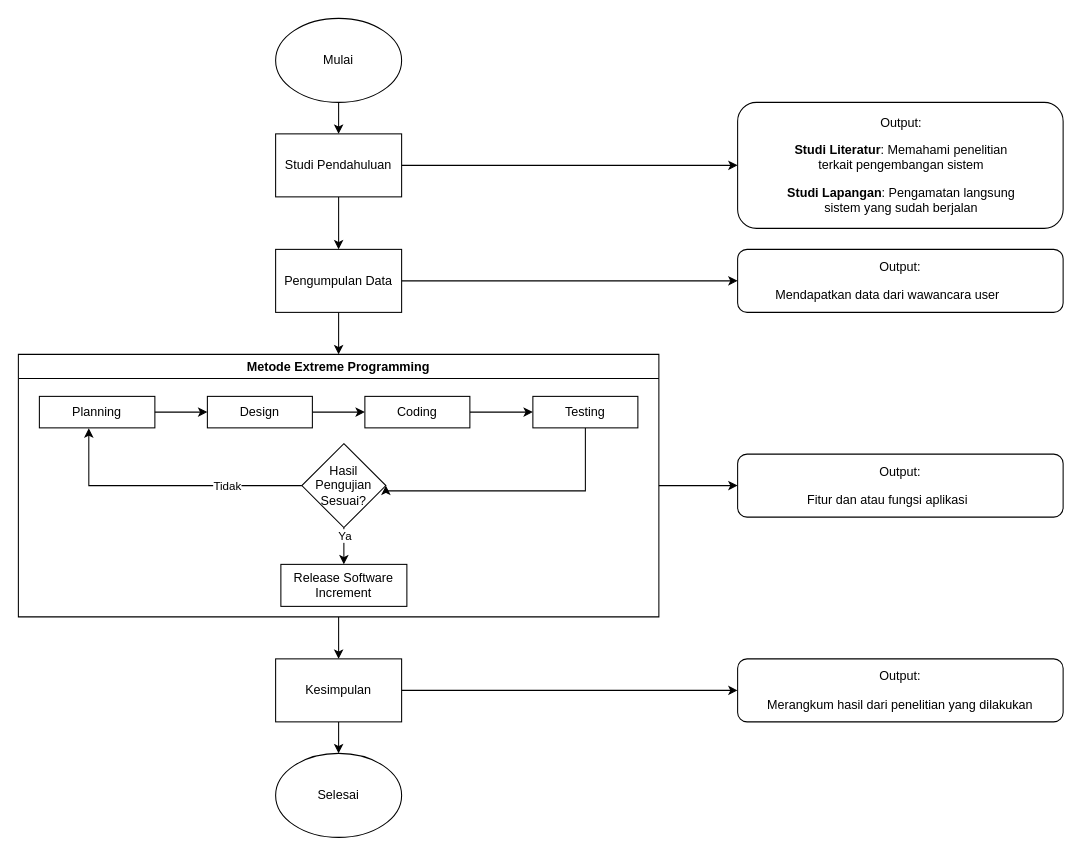
Above: Tahapan Penlitian - Adam Yusron.drawio in Adamyr159/belajar-kolaborasi (draw.io), before the change. Source tidied: cells renumbered, new cells numbered last; positions are measured from the earlier drawing's top-left corner, leaving out a move shared by most shapes. Both pictures are drawn from the tidied source at 105%, with x=0, y=0 at pixel (18, 18).
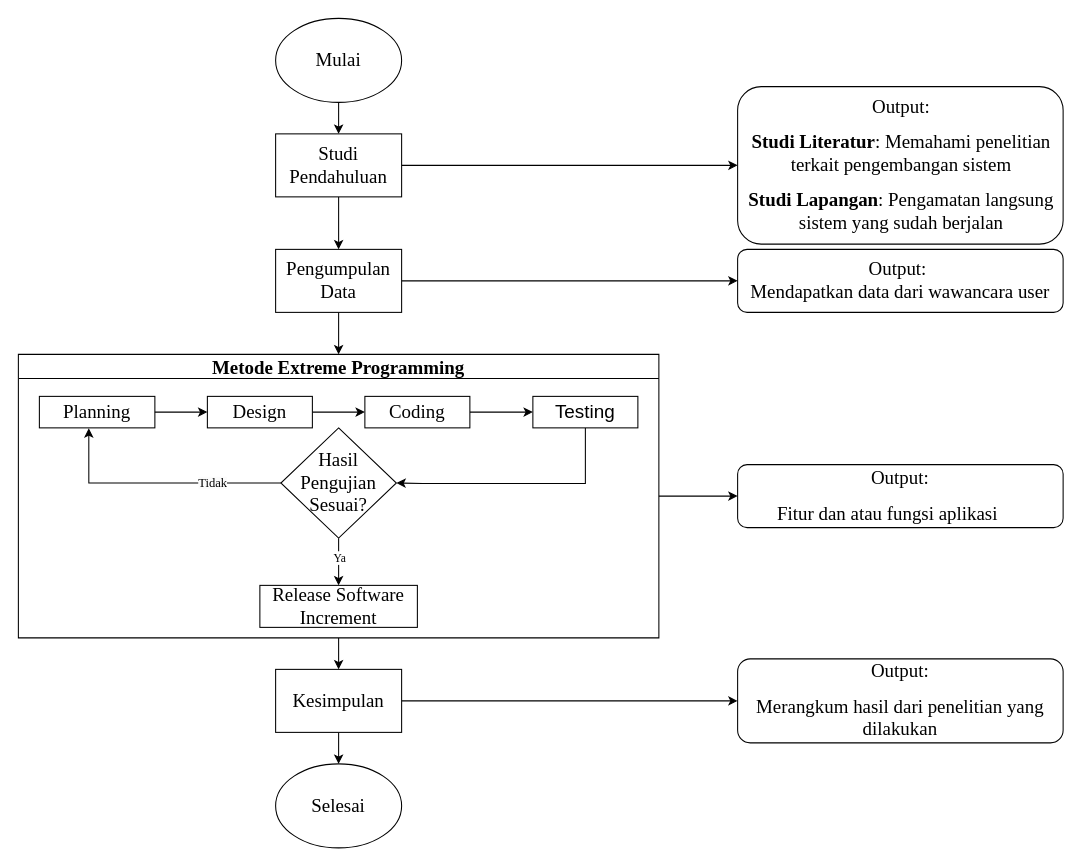
The same diagram, later.

The change refers to these unchanged cells:
```xml
<mxCell id="24" style="edgeStyle=orthogonalEdgeStyle;rounded=0;jettySize=auto;html=1;exitX=0.5;exitY=1;exitDx=0;exitDy=0;entryX=0.5;entryY=0;entryDx=0;entryDy=0;" parent="14" edge="1" source="26" target="23">
  <mxGeometry relative="1" as="geometry" />
</mxCell>
<mxCell id="27" style="edgeStyle=orthogonalEdgeStyle;rounded=0;jettySize=auto;html=1;entryX=0.428;entryY=1.011;entryDx=0;entryDy=0;entryPerimeter=0;" parent="14" edge="1" source="26" target="15">
  <mxGeometry relative="1" as="geometry" />
</mxCell>
```

Change to the diagram source:
```diff
@@
-    <mxCell id="3" value="Mulai" style="ellipse;whiteSpace=wrap;html=1;" parent="1" vertex="1">
+    <mxCell id="3" value="&lt;font style=&quot;font-size: 18px;&quot; face=&quot;Times New Roman&quot;&gt;Mulai&lt;/font&gt;" style="ellipse;whiteSpace=wrap;html=1;" parent="1" vertex="1">
       <mxGeometry x="245" width="120" height="80" as="geometry" />
     </mxCell>
@@
-    <mxCell id="6" value="Studi Pendahuluan" style="rounded=0;whiteSpace=wrap;html=1;" parent="1" vertex="1">
+    <mxCell id="6" value="&lt;font face=&quot;Times New Roman&quot; style=&quot;font-size: 18px;&quot;&gt;Studi Pendahuluan&lt;/font&gt;" style="rounded=0;whiteSpace=wrap;html=1;" parent="1" vertex="1">
       <mxGeometry x="245" y="110" width="120" height="60" as="geometry" />
     </mxCell>
-    <mxCell id="7" value="&lt;p style=&quot;text-align: center;&quot; class=&quot;MsoNormal&quot;&gt;Output:&lt;/p&gt;&lt;p style=&quot;text-align: center;&quot; class=&quot;MsoNormal&quot;&gt;&lt;b style=&quot;background-color: transparent; color: light-dark(rgb(0, 0, 0), rgb(255, 255, 255)); text-indent: -18pt;&quot;&gt;Studi Literatur&lt;/b&gt;&lt;span style=&quot;background-color: transparent; color: light-dark(rgb(0, 0, 0), rgb(255, 255, 255)); text-indent: -18pt;&quot;&gt;: Memahami penelitian terkait&amp;nbsp;&lt;/span&gt;&lt;span style=&quot;background-color: transparent; color: light-dark(rgb(0, 0, 0), rgb(255, 255, 255)); text-indent: -18pt;&quot;&gt;pengembangan sistem&lt;/span&gt;&lt;/p&gt;&lt;p style=&quot;text-align: center;&quot; class=&quot;MsoNormal&quot;&gt;&lt;b style=&quot;text-indent: -18pt; background-color: transparent; color: light-dark(rgb(0, 0, 0), rgb(255, 255, 255));&quot;&gt;Studi Lapangan&lt;/b&gt;&lt;span style=&quot;text-indent: -18pt; background-color: transparent; color: light-dark(rgb(0, 0, 0), rgb(255, 255, 255));&quot;&gt;: Pengamatan langsung &lt;br&gt;sistem&amp;nbsp;&lt;/span&gt;&lt;span style=&quot;background-color: transparent; color: light-dark(rgb(0, 0, 0), rgb(255, 255, 255)); text-indent: -18pt;&quot;&gt;yang sudah berjalan&lt;/span&gt;&lt;/p&gt;" style="rounded=1;whiteSpace=wrap;html=1;align=left;" parent="1" vertex="1">
-      <mxGeometry x="685" y="80" width="310" height="120" as="geometry" />
+    <mxCell id="7" value="&lt;p style=&quot;text-align: center;&quot; class=&quot;MsoNormal&quot;&gt;&lt;font style=&quot;font-size: 18px;&quot; face=&quot;Times New Roman&quot;&gt;Output:&lt;/font&gt;&lt;/p&gt;&lt;p style=&quot;text-align: center;&quot; class=&quot;MsoNormal&quot;&gt;&lt;font style=&quot;font-size: 18px;&quot; face=&quot;Times New Roman&quot;&gt;&lt;b style=&quot;background-color: transparent; color: light-dark(rgb(0, 0, 0), rgb(255, 255, 255)); text-indent: -18pt;&quot;&gt;Studi Literatur&lt;/b&gt;&lt;span style=&quot;background-color: transparent; color: light-dark(rgb(0, 0, 0), rgb(255, 255, 255)); text-indent: -18pt;&quot;&gt;: Memahami penelitian terkait&amp;nbsp;&lt;/span&gt;&lt;span style=&quot;background-color: transparent; color: light-dark(rgb(0, 0, 0), rgb(255, 255, 255)); text-indent: -18pt;&quot;&gt;pengembangan sistem&lt;/span&gt;&lt;/font&gt;&lt;/p&gt;&lt;p style=&quot;text-align: center;&quot; class=&quot;MsoNormal&quot;&gt;&lt;font style=&quot;font-size: 18px;&quot; face=&quot;Times New Roman&quot;&gt;&lt;b style=&quot;text-indent: -18pt; background-color: transparent; color: light-dark(rgb(0, 0, 0), rgb(255, 255, 255));&quot;&gt;Studi Lapangan&lt;/b&gt;&lt;span style=&quot;text-indent: -18pt; background-color: transparent; color: light-dark(rgb(0, 0, 0), rgb(255, 255, 255));&quot;&gt;: Pengamatan langsung &lt;br&gt;sistem&amp;nbsp;&lt;/span&gt;&lt;span style=&quot;background-color: transparent; color: light-dark(rgb(0, 0, 0), rgb(255, 255, 255)); text-indent: -18pt;&quot;&gt;yang sudah berjalan&lt;/span&gt;&lt;/font&gt;&lt;/p&gt;" style="rounded=1;whiteSpace=wrap;html=1;align=left;" parent="1" vertex="1">
+      <mxGeometry x="685" y="65" width="310" height="150" as="geometry" />
     </mxCell>
-    <mxCell id="8" style="edgeStyle=orthogonalEdgeStyle;rounded=0;jettySize=auto;html=1;exitX=1;exitY=0.5;exitDx=0;exitDy=0;" parent="1" edge="1" source="10" target="11">
-      <mxGeometry relative="1" as="geometry" />
+    <mxCell id="8" style="edgeStyle=orthogonalEdgeStyle;rounded=0;jettySize=auto;html=1;exitX=1;exitY=0.5;exitDx=0;exitDy=0;" parent="1" edge="1" source="10">
+      <mxGeometry relative="1" as="geometry">
+        <mxPoint x="685" y="250" as="targetPoint" />
+      </mxGeometry>
     </mxCell>
@@
-    <mxCell id="10" value="Pengumpulan Data" style="rounded=0;whiteSpace=wrap;html=1;" parent="1" vertex="1">
+    <mxCell id="10" value="&lt;span style=&quot;font-family: &amp;quot;Times New Roman&amp;quot;; font-size: 18px;&quot;&gt;Pengumpulan Data&lt;/span&gt;" style="rounded=0;whiteSpace=wrap;html=1;" parent="1" vertex="1">
       <mxGeometry x="245" y="220" width="120" height="60" as="geometry" />
     </mxCell>
-    <mxCell id="11" value="&lt;p class=&quot;MsoNormal&quot;&gt;Output:&lt;/p&gt;&lt;p style=&quot;text-indent: -24px;&quot; class=&quot;MsoNormal&quot;&gt;Mendapatkan data dari wawancara user&lt;/p&gt;" style="rounded=1;whiteSpace=wrap;html=1;" parent="1" vertex="1">
-      <mxGeometry x="685" y="220" width="310" height="60" as="geometry" />
-    </mxCell>
@@
-    <mxCell id="14" value="Metode Extreme Programming" style="swimlane;" parent="1" vertex="1">
-      <mxGeometry y="320" width="610" height="250" as="geometry" />
+    <mxCell id="14" value="Metode Extreme Programming" style="swimlane;fontFamily=Times New Roman;fontSize=18;" parent="1" vertex="1">
+      <mxGeometry y="320" width="610" height="270" as="geometry" />
     </mxCell>
-    <mxCell id="15" value="Planning" style="rounded=0;whiteSpace=wrap;html=1;" parent="14" vertex="1">
+    <mxCell id="15" value="&lt;span style=&quot;font-family: &amp;quot;Times New Roman&amp;quot;; font-size: 18px;&quot;&gt;Planning&lt;/span&gt;" style="rounded=0;whiteSpace=wrap;html=1;" parent="14" vertex="1">
       <mxGeometry x="20" y="40" width="110" height="30" as="geometry" />
     </mxCell>
@@
-    <mxCell id="17" value="Design" style="rounded=0;whiteSpace=wrap;html=1;" parent="14" vertex="1">
+    <mxCell id="17" value="&lt;span style=&quot;font-family: &amp;quot;Times New Roman&amp;quot;; font-size: 18px;&quot;&gt;Design&lt;/span&gt;" style="rounded=0;whiteSpace=wrap;html=1;" parent="14" vertex="1">
       <mxGeometry x="180" y="40" width="100" height="30" as="geometry" />
     </mxCell>
@@
-    <mxCell id="20" value="Coding" style="rounded=0;whiteSpace=wrap;html=1;" parent="14" vertex="1">
+    <mxCell id="20" value="&lt;span style=&quot;font-family: &amp;quot;Times New Roman&amp;quot;; font-size: 18px;&quot;&gt;Coding&lt;/span&gt;" style="rounded=0;whiteSpace=wrap;html=1;" parent="14" vertex="1">
       <mxGeometry x="330" y="40" width="100" height="30" as="geometry" />
     </mxCell>
     <mxCell id="21" style="edgeStyle=orthogonalEdgeStyle;rounded=0;jettySize=auto;html=1;entryX=1;entryY=0.5;entryDx=0;entryDy=0;" parent="14" edge="1" source="22" target="26">
       <mxGeometry relative="1" as="geometry">
         <Array as="points">
-          <mxPoint x="540" y="130" />
+          <mxPoint x="540" y="123" />
+          <mxPoint x="385" y="123" />
         </Array>
       </mxGeometry>
     </mxCell>
-    <mxCell id="22" value="Testing" style="rounded=0;whiteSpace=wrap;html=1;" parent="14" vertex="1">
+    <mxCell id="22" value="&lt;font style=&quot;font-size: 18px;&quot;&gt;Testing&lt;/font&gt;" style="rounded=0;whiteSpace=wrap;html=1;" parent="14" vertex="1">
       <mxGeometry x="490" y="40" width="100" height="30" as="geometry" />
     </mxCell>
-    <mxCell id="23" value="Release Software Increment" style="rounded=0;whiteSpace=wrap;html=1;" parent="14" vertex="1">
-      <mxGeometry x="250" y="200" width="120" height="40" as="geometry" />
+    <mxCell id="23" value="&lt;span style=&quot;font-family: &amp;quot;Times New Roman&amp;quot;; font-size: 18px;&quot;&gt;Release Software Increment&lt;/span&gt;" style="rounded=0;whiteSpace=wrap;html=1;" parent="14" vertex="1">
+      <mxGeometry x="230" y="220" width="150" height="40" as="geometry" />
     </mxCell>
@@
-    <mxCell id="25" value="Ya" style="edgeLabel;html=1;align=center;verticalAlign=middle;" parent="24" vertex="1">
-      <mxGeometry x="-0.61" relative="1" as="geometry" />
+    <mxCell id="25" value="&lt;font face=&quot;Times New Roman&quot;&gt;Ya&lt;/font&gt;" style="edgeLabel;html=1;align=center;verticalAlign=middle;" parent="24" vertex="1">
+      <mxGeometry x="-0.21" relative="1" as="geometry" />
     </mxCell>
-    <mxCell id="26" value="Hasil Pengujian Sesuai?" style="rhombus;whiteSpace=wrap;html=1;" parent="14" vertex="1">
-      <mxGeometry x="270" y="85" width="80" height="80" as="geometry" />
+    <mxCell id="26" value="&lt;span style=&quot;font-family: &amp;quot;Times New Roman&amp;quot;; font-size: 18px;&quot;&gt;Hasil Pengujian Sesuai?&lt;/span&gt;" style="rhombus;whiteSpace=wrap;html=1;" parent="14" vertex="1">
+      <mxGeometry x="250" y="70" width="110" height="105" as="geometry" />
     </mxCell>
@@
-    <mxCell id="28" value="Tidak" style="edgeLabel;html=1;align=center;verticalAlign=middle;" parent="27" vertex="1">
+    <mxCell id="28" value="&lt;span style=&quot;font-family: &amp;quot;Times New Roman&amp;quot;; text-wrap-mode: wrap; background-color: rgb(251, 251, 251);&quot;&gt;&lt;font style=&quot;font-size: 12px;&quot;&gt;Tidak&lt;/font&gt;&lt;/span&gt;" style="edgeLabel;html=1;align=center;verticalAlign=middle;" parent="27" vertex="1">
       <mxGeometry x="-0.44" relative="1" as="geometry" />
     </mxCell>
-    <mxCell id="29" value="&lt;p class=&quot;MsoNormal&quot;&gt;Output:&lt;/p&gt;&lt;p style=&quot;text-indent: -24px;&quot; class=&quot;MsoNormal&quot;&gt;Fitur dan atau fungsi aplikasi&lt;/p&gt;" style="rounded=1;whiteSpace=wrap;html=1;" parent="1" vertex="1">
-      <mxGeometry x="685" y="415" width="310" height="60" as="geometry" />
+    <mxCell id="29" value="&lt;p class=&quot;MsoNormal&quot;&gt;&lt;font style=&quot;font-size: 18px;&quot; face=&quot;Times New Roman&quot;&gt;Output:&lt;/font&gt;&lt;/p&gt;&lt;p style=&quot;text-indent: -24px;&quot; class=&quot;MsoNormal&quot;&gt;&lt;font style=&quot;font-size: 18px;&quot; face=&quot;Times New Roman&quot;&gt;Fitur dan atau fungsi aplikasi&lt;/font&gt;&lt;/p&gt;" style="rounded=1;whiteSpace=wrap;html=1;" parent="1" vertex="1">
+      <mxGeometry x="685" y="425" width="310" height="60" as="geometry" />
     </mxCell>
@@
-    <mxCell id="32" value="Kesimpulan" style="rounded=0;whiteSpace=wrap;html=1;" parent="1" vertex="1">
-      <mxGeometry x="245" y="610" width="120" height="60" as="geometry" />
+    <mxCell id="32" value="&lt;span style=&quot;font-family: &amp;quot;Times New Roman&amp;quot;; font-size: 18px;&quot;&gt;Kesimpulan&lt;/span&gt;" style="rounded=0;whiteSpace=wrap;html=1;" parent="1" vertex="1">
+      <mxGeometry x="245" y="620" width="120" height="60" as="geometry" />
     </mxCell>
-    <mxCell id="33" value="Selesai" style="ellipse;whiteSpace=wrap;html=1;" parent="1" vertex="1">
-      <mxGeometry x="245" y="700" width="120" height="80" as="geometry" />
+    <mxCell id="33" value="&lt;span style=&quot;font-family: &amp;quot;Times New Roman&amp;quot;; font-size: 18px;&quot;&gt;Selesai&lt;/span&gt;" style="ellipse;whiteSpace=wrap;html=1;" parent="1" vertex="1">
+      <mxGeometry x="245" y="710" width="120" height="80" as="geometry" />
     </mxCell>
-    <mxCell id="34" value="&lt;p class=&quot;MsoNormal&quot;&gt;Output:&lt;/p&gt;&lt;p class=&quot;MsoNormal&quot;&gt;Merangkum hasil dari penelitian yang dilakukan&lt;/p&gt;" style="rounded=1;whiteSpace=wrap;html=1;" parent="1" vertex="1">
-      <mxGeometry x="685" y="610" width="310" height="60" as="geometry" />
+    <mxCell id="34" value="&lt;p class=&quot;MsoNormal&quot;&gt;&lt;font style=&quot;font-size: 18px;&quot; face=&quot;Times New Roman&quot;&gt;Output:&lt;/font&gt;&lt;/p&gt;&lt;p class=&quot;MsoNormal&quot;&gt;&lt;font style=&quot;font-size: 18px;&quot; face=&quot;Times New Roman&quot;&gt;Merangkum hasil dari penelitian yang dilakukan&lt;/font&gt;&lt;/p&gt;" style="rounded=1;whiteSpace=wrap;html=1;" parent="1" vertex="1">
+      <mxGeometry x="685" y="610" width="310" height="80" as="geometry" />
     </mxCell>
+    <mxCell id="11" value="&lt;span style=&quot;font-family: &amp;quot;Times New Roman&amp;quot;; font-size: 18px; text-indent: -24px;&quot;&gt;Output:&amp;nbsp;&lt;/span&gt;&lt;div&gt;&lt;span style=&quot;font-family: &amp;quot;Times New Roman&amp;quot;; font-size: 18px; text-indent: -24px;&quot;&gt;Mendapatkan data dari wawancara user&lt;/span&gt;&lt;span style=&quot;font-family: &amp;quot;Times New Roman&amp;quot;; font-size: 18px; text-indent: -24px;&quot;&gt;&lt;/span&gt;&lt;/div&gt;" style="rounded=1;whiteSpace=wrap;html=1;" parent="1" vertex="1">
+      <mxGeometry x="685" y="220" width="310" height="60" as="geometry" />
+    </mxCell>
```
